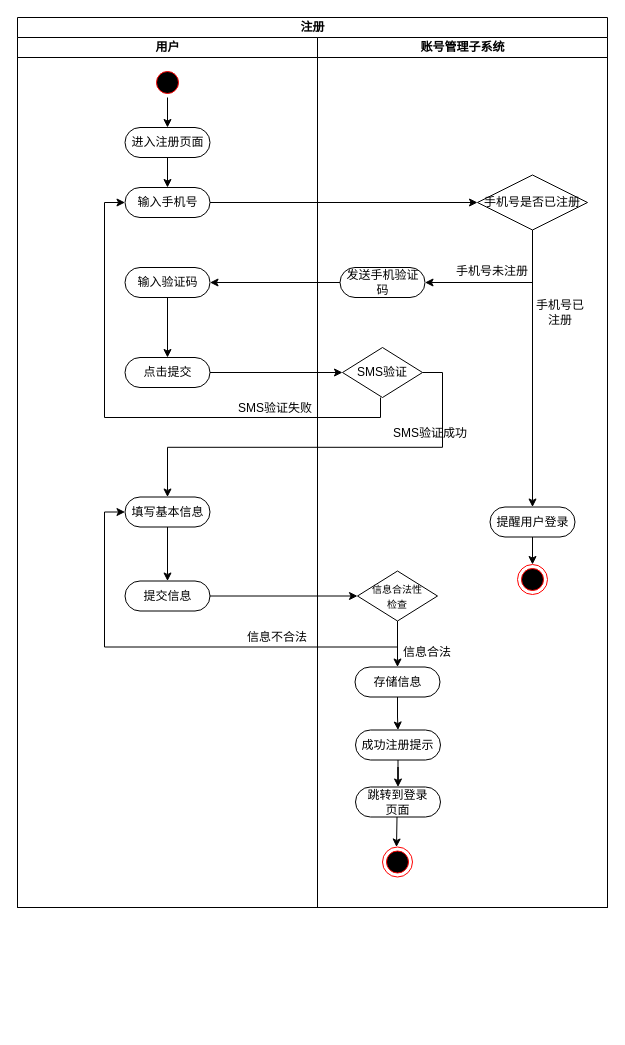
Above: 注册活动图.drawio in PomeloLemon/SoftwareDiagrams (draw.io), before the change. Source tidied: cells renumbered, new cells numbered last; positions are measured from the earlier drawing's top-left corner, leaving out a move shared by most shapes. Both pictures are drawn from the tidied source at 100%, with x=0, y=0 at pixel (17, 17).
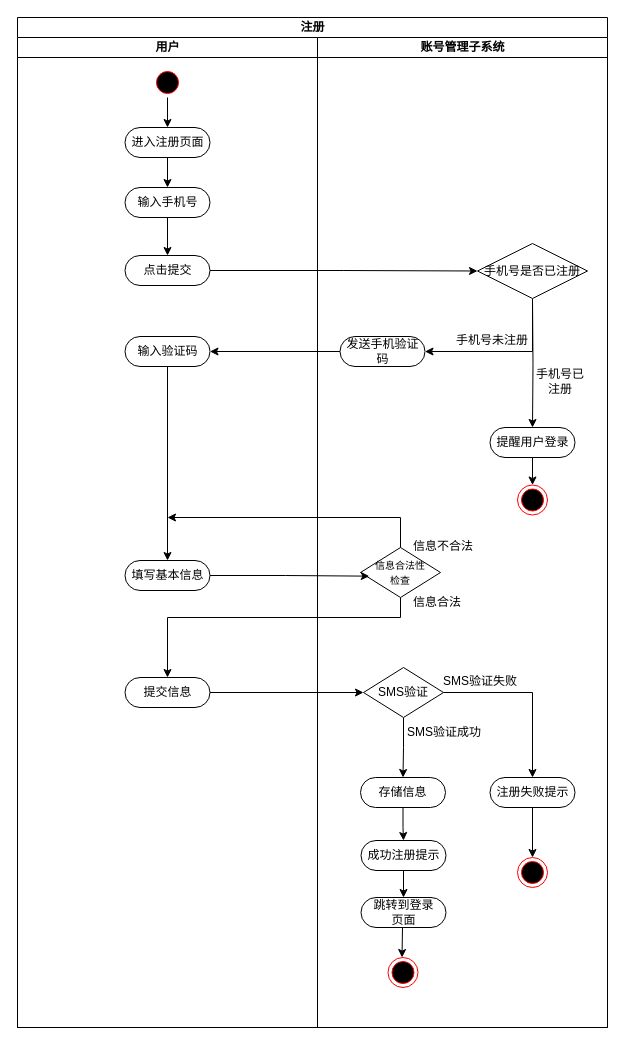
The same page after the edit.

Commit message:
更新注册活动图.drawio

Unchanged cells that the change refers to:
```xml
<mxCell id="8" value="输入手机号" style="rounded=1;whiteSpace=wrap;html=1;shadow=0;comic=0;labelBackgroundColor=none;strokeWidth=1;fontFamily=Verdana;fontSize=12;align=center;arcSize=50;" parent="3" vertex="1">
  <mxGeometry x="107.5" y="150" width="85" height="30" as="geometry" />
</mxCell>
```

What changed in the source:
```diff
@@
     <mxCell id="2" value="注册" style="swimlane;startSize=20;html=1;" parent="1" vertex="1">
-      <mxGeometry width="590" height="890" as="geometry" />
+      <mxGeometry width="590" height="1010" as="geometry" />
     </mxCell>
     <mxCell id="3" value="用户" style="swimlane;startSize=20;html=1;" parent="2" vertex="1">
-      <mxGeometry y="20" width="300" height="870" as="geometry" />
+      <mxGeometry y="20" width="300" height="990" as="geometry" />
     </mxCell>
@@
+    <mxCell id="46" style="edgeStyle=orthogonalEdgeStyle;rounded=0;jettySize=auto;html=1;exitX=0.5;exitY=1;exitDx=0;exitDy=0;" parent="3" edge="1" source="8" target="39">
+      <mxGeometry relative="1" as="geometry" />
+    </mxCell>
@@
-    <mxCell id="9" value="SMS验证失败" style="text;html=1;strokeColor=none;fillColor=none;align=center;verticalAlign=middle;whiteSpace=wrap;rounded=0;" parent="3" vertex="1">
-      <mxGeometry x="218" y="356" width="80" height="30" as="geometry" />
-    </mxCell>
+    <mxCell id="39" value="点击提交" style="rounded=1;whiteSpace=wrap;html=1;shadow=0;comic=0;labelBackgroundColor=none;strokeWidth=1;fontFamily=Verdana;fontSize=12;align=center;arcSize=50;" parent="3" vertex="1">
+      <mxGeometry x="107.5" y="218" width="85" height="30" as="geometry" />
+    </mxCell>
+    <mxCell id="17" value="填写基本信息" style="rounded=1;whiteSpace=wrap;html=1;shadow=0;comic=0;labelBackgroundColor=none;strokeWidth=1;fontFamily=Verdana;fontSize=12;align=center;arcSize=50;" parent="3" vertex="1">
+      <mxGeometry x="107.5" y="523" width="85" height="30" as="geometry" />
+    </mxCell>
+    <mxCell id="18" value="提交信息" style="rounded=1;whiteSpace=wrap;html=1;shadow=0;comic=0;labelBackgroundColor=none;strokeWidth=1;fontFamily=Verdana;fontSize=12;align=center;arcSize=50;" parent="3" vertex="1">
+      <mxGeometry x="107.5" y="640" width="85" height="30" as="geometry" />
+    </mxCell>
     <mxCell id="10" value="账号管理子系统" style="swimlane;startSize=20;html=1;" parent="2" vertex="1">
-      <mxGeometry x="300" y="20" width="290" height="870" as="geometry" />
+      <mxGeometry x="300" y="20" width="290" height="990" as="geometry" />
     </mxCell>
-    <mxCell id="11" style="edgeStyle=orthogonalEdgeStyle;rounded=0;jettySize=auto;html=1;exitX=0.5;exitY=1;exitDx=0;exitDy=0;" parent="10" edge="1" source="13" target="22">
-      <mxGeometry relative="1" as="geometry" />
+    <mxCell id="11" style="edgeStyle=orthogonalEdgeStyle;rounded=0;jettySize=auto;html=1;exitX=0.5;exitY=1;exitDx=0;exitDy=0;" parent="10" edge="1" target="22">
+      <mxGeometry relative="1" as="geometry">
+        <mxPoint x="215" y="261.5" as="sourcePoint" />
+      </mxGeometry>
     </mxCell>
-    <mxCell id="12" style="edgeStyle=orthogonalEdgeStyle;rounded=0;jettySize=auto;html=1;exitX=0.5;exitY=1;exitDx=0;exitDy=0;entryX=1;entryY=0.5;entryDx=0;entryDy=0;" parent="10" edge="1" source="13" target="42">
-      <mxGeometry relative="1" as="geometry" />
+    <mxCell id="12" style="edgeStyle=orthogonalEdgeStyle;rounded=0;jettySize=auto;html=1;exitX=0.5;exitY=1;exitDx=0;exitDy=0;entryX=1;entryY=0.5;entryDx=0;entryDy=0;" parent="10" edge="1" target="42">
+      <mxGeometry relative="1" as="geometry">
+        <mxPoint x="215" y="261.5" as="sourcePoint" />
+        <Array as="points">
+          <mxPoint x="215" y="314" />
+        </Array>
+      </mxGeometry>
     </mxCell>
     <mxCell id="13" value="手机号是否已注册" style="rhombus;whiteSpace=wrap;html=1;" parent="10" vertex="1">
-      <mxGeometry x="160" y="137.5" width="110" height="55" as="geometry" />
+      <mxGeometry x="160" y="206" width="110" height="55" as="geometry" />
     </mxCell>
     <mxCell id="14" value="手机号未注册" style="text;html=1;strokeColor=none;fillColor=none;align=center;verticalAlign=middle;whiteSpace=wrap;rounded=0;" parent="10" vertex="1">
-      <mxGeometry x="130" y="219" width="90" height="30" as="geometry" />
+      <mxGeometry x="130" y="288" width="90" height="30" as="geometry" />
     </mxCell>
-    <mxCell id="15" style="edgeStyle=orthogonalEdgeStyle;rounded=0;jettySize=auto;html=1;exitX=1;exitY=0.5;exitDx=0;exitDy=0;" parent="10" edge="1" source="16" target="17">
-      <mxGeometry relative="1" as="geometry" />
-    </mxCell>
-    <mxCell id="16" value="SMS验证" style="rhombus;whiteSpace=wrap;html=1;" parent="10" vertex="1">
-      <mxGeometry x="25" y="310" width="80" height="50" as="geometry" />
-    </mxCell>
-    <mxCell id="17" value="填写基本信息" style="rounded=1;whiteSpace=wrap;html=1;shadow=0;comic=0;labelBackgroundColor=none;strokeWidth=1;fontFamily=Verdana;fontSize=12;align=center;arcSize=50;" parent="10" vertex="1">
-      <mxGeometry x="-192.5" y="459.5" width="85" height="30" as="geometry" />
-    </mxCell>
-    <mxCell id="18" value="提交信息" style="rounded=1;whiteSpace=wrap;html=1;shadow=0;comic=0;labelBackgroundColor=none;strokeWidth=1;fontFamily=Verdana;fontSize=12;align=center;arcSize=50;" parent="10" vertex="1">
-      <mxGeometry x="-192.5" y="543.5" width="85" height="30" as="geometry" />
-    </mxCell>
-    <mxCell id="19" value="信息不合法" style="text;html=1;strokeColor=none;fillColor=none;align=center;verticalAlign=middle;whiteSpace=wrap;rounded=0;" parent="10" vertex="1">
-      <mxGeometry x="-80" y="584.5" width="80" height="30" as="geometry" />
+    <mxCell id="19" value="信息合法" style="text;html=1;strokeColor=none;fillColor=none;align=center;verticalAlign=middle;whiteSpace=wrap;rounded=0;" parent="10" vertex="1">
+      <mxGeometry x="80" y="550" width="80" height="30" as="geometry" />
     </mxCell>
@@
-    <mxCell id="21" style="edgeStyle=orthogonalEdgeStyle;rounded=0;jettySize=auto;html=1;entryX=0.5;entryY=0;entryDx=0;entryDy=0;" parent="10" edge="1" source="17" target="18">
-      <mxGeometry relative="1" as="geometry" />
-    </mxCell>
     <mxCell id="22" value="提醒用户登录" style="rounded=1;whiteSpace=wrap;html=1;shadow=0;comic=0;labelBackgroundColor=none;strokeWidth=1;fontFamily=Verdana;fontSize=12;align=center;arcSize=50;" parent="10" vertex="1">
-      <mxGeometry x="172.5" y="469.5" width="85" height="30" as="geometry" />
+      <mxGeometry x="172.5" y="390" width="85" height="30" as="geometry" />
     </mxCell>
     <mxCell id="23" value="手机号已注册" style="text;html=1;strokeColor=none;fillColor=none;align=center;verticalAlign=middle;whiteSpace=wrap;rounded=0;" parent="10" vertex="1">
-      <mxGeometry x="213" y="260" width="60" height="30" as="geometry" />
+      <mxGeometry x="213" y="329" width="60" height="30" as="geometry" />
     </mxCell>
     <mxCell id="24" style="ellipse;html=1;shape=endState;fillColor=#000000;strokeColor=#ff0000;" parent="10" vertex="1">
-      <mxGeometry x="200" y="527" width="30" height="30" as="geometry" />
+      <mxGeometry x="200" y="447.5" width="30" height="30" as="geometry" />
     </mxCell>
-    <mxCell id="25" style="edgeStyle=orthogonalEdgeStyle;rounded=0;jettySize=auto;html=1;entryX=0.5;entryY=0;entryDx=0;entryDy=0;" parent="10" edge="1" source="26" target="28">
-      <mxGeometry relative="1" as="geometry" />
-    </mxCell>
     <mxCell id="26" value="&lt;font style=&quot;font-size: 10px;&quot;&gt;信息合法性&lt;br&gt;检查&lt;/font&gt;" style="rhombus;whiteSpace=wrap;html=1;" parent="10" vertex="1">
-      <mxGeometry x="40" y="533.5" width="80" height="50" as="geometry" />
+      <mxGeometry x="43" y="510" width="80" height="50" as="geometry" />
     </mxCell>
@@
     <mxCell id="28" value="存储信息" style="rounded=1;whiteSpace=wrap;html=1;shadow=0;comic=0;labelBackgroundColor=none;strokeWidth=1;fontFamily=Verdana;fontSize=12;align=center;arcSize=50;" parent="10" vertex="1">
-      <mxGeometry x="37.5" y="629.5" width="85" height="30" as="geometry" />
+      <mxGeometry x="43" y="740" width="85" height="30" as="geometry" />
     </mxCell>
-    <mxCell id="29" value="信息合法" style="text;html=1;strokeColor=none;fillColor=none;align=center;verticalAlign=middle;whiteSpace=wrap;rounded=0;" parent="10" vertex="1">
-      <mxGeometry x="80" y="599.5" width="60" height="30" as="geometry" />
-    </mxCell>
@@
     <mxCell id="31" value="成功注册提示" style="rounded=1;whiteSpace=wrap;html=1;shadow=0;comic=0;labelBackgroundColor=none;strokeWidth=1;fontFamily=Verdana;fontSize=12;align=center;arcSize=50;" parent="10" vertex="1">
-      <mxGeometry x="38" y="692.5" width="85" height="30" as="geometry" />
+      <mxGeometry x="43.5" y="803" width="85" height="30" as="geometry" />
     </mxCell>
     <mxCell id="32" style="edgeStyle=orthogonalEdgeStyle;rounded=0;orthogonalLoop=1;jettySize=auto;html=1;" parent="10" edge="1">
       <mxGeometry relative="1" as="geometry">
-        <mxPoint x="79.5" y="779.5" as="sourcePoint" />
-        <mxPoint x="79" y="809.5" as="targetPoint" />
+        <mxPoint x="85" y="890" as="sourcePoint" />
+        <mxPoint x="84.5" y="920" as="targetPoint" />
       </mxGeometry>
     </mxCell>
     <mxCell id="33" value="跳转到登录&lt;br&gt;页面" style="rounded=1;whiteSpace=wrap;html=1;shadow=0;comic=0;labelBackgroundColor=none;strokeWidth=1;fontFamily=Verdana;fontSize=12;align=center;arcSize=50;" parent="10" vertex="1">
-      <mxGeometry x="38" y="749.5" width="85" height="30" as="geometry" />
+      <mxGeometry x="43.5" y="860" width="85" height="30" as="geometry" />
     </mxCell>
     <mxCell id="34" style="ellipse;html=1;shape=endState;fillColor=#000000;strokeColor=#ff0000;" parent="10" vertex="1">
-      <mxGeometry x="65" y="809.5" width="30" height="30" as="geometry" />
+      <mxGeometry x="70.5" y="920" width="30" height="30" as="geometry" />
     </mxCell>
-    <mxCell id="35" style="edgeStyle=orthogonalEdgeStyle;rounded=0;jettySize=auto;html=1;entryX=0;entryY=0.5;entryDx=0;entryDy=0;" parent="10" edge="1" source="18" target="26">
-      <mxGeometry relative="1" as="geometry" />
-    </mxCell>
-    <mxCell id="36" style="edgeStyle=orthogonalEdgeStyle;rounded=0;jettySize=auto;html=1;entryX=0;entryY=0.5;entryDx=0;entryDy=0;" parent="10" edge="1" source="26" target="17">
-      <mxGeometry relative="1" as="geometry">
-        <Array as="points">
-          <mxPoint x="80" y="609.5" />
-          <mxPoint x="-213" y="609.5" />
-          <mxPoint x="-213" y="474.5" />
-        </Array>
-      </mxGeometry>
-    </mxCell>
     <mxCell id="37" value="输入验证码" style="rounded=1;whiteSpace=wrap;html=1;shadow=0;comic=0;labelBackgroundColor=none;strokeWidth=1;fontFamily=Verdana;fontSize=12;align=center;arcSize=50;" parent="10" vertex="1">
-      <mxGeometry x="-192.5" y="230" width="85" height="30" as="geometry" />
+      <mxGeometry x="-192.5" y="299" width="85" height="30" as="geometry" />
     </mxCell>
-    <mxCell id="38" style="edgeStyle=orthogonalEdgeStyle;rounded=0;jettySize=auto;html=1;exitX=1;exitY=0.5;exitDx=0;exitDy=0;entryX=0;entryY=0.5;entryDx=0;entryDy=0;" parent="10" edge="1" source="39" target="16">
-      <mxGeometry relative="1" as="geometry" />
-    </mxCell>
-    <mxCell id="39" value="点击提交" style="rounded=1;whiteSpace=wrap;html=1;shadow=0;comic=0;labelBackgroundColor=none;strokeWidth=1;fontFamily=Verdana;fontSize=12;align=center;arcSize=50;" parent="10" vertex="1">
-      <mxGeometry x="-192.5" y="320" width="85" height="30" as="geometry" />
-    </mxCell>
-    <mxCell id="40" style="edgeStyle=orthogonalEdgeStyle;rounded=0;jettySize=auto;html=1;entryX=0.5;entryY=0;entryDx=0;entryDy=0;" parent="10" edge="1" source="37" target="39">
-      <mxGeometry relative="1" as="geometry" />
-    </mxCell>
@@
     <mxCell id="42" value="发送手机验证码" style="rounded=1;whiteSpace=wrap;html=1;shadow=0;comic=0;labelBackgroundColor=none;strokeWidth=1;fontFamily=Verdana;fontSize=12;align=center;arcSize=50;" parent="10" vertex="1">
-      <mxGeometry x="22.5" y="230" width="85" height="30" as="geometry" />
+      <mxGeometry x="22.5" y="299" width="85" height="30" as="geometry" />
     </mxCell>
+    <mxCell id="47" style="edgeStyle=orthogonalEdgeStyle;rounded=0;jettySize=auto;html=1;" parent="10" edge="1" source="16" target="28">
+      <mxGeometry relative="1" as="geometry" />
+    </mxCell>
+    <mxCell id="48" style="edgeStyle=orthogonalEdgeStyle;rounded=0;jettySize=auto;html=1;entryX=0.5;entryY=0;entryDx=0;entryDy=0;" parent="10" edge="1" source="16" target="51">
+      <mxGeometry relative="1" as="geometry" />
+    </mxCell>
+    <mxCell id="16" value="SMS验证" style="rhombus;whiteSpace=wrap;html=1;" parent="10" vertex="1">
+      <mxGeometry x="46" y="630" width="80" height="50" as="geometry" />
+    </mxCell>
     <mxCell id="43" value="SMS验证成功" style="text;html=1;strokeColor=none;fillColor=none;align=center;verticalAlign=middle;whiteSpace=wrap;rounded=0;" parent="10" vertex="1">
-      <mxGeometry x="73" y="381" width="80" height="30" as="geometry" />
+      <mxGeometry x="87" y="680" width="80" height="30" as="geometry" />
     </mxCell>
-    <mxCell id="44" style="edgeStyle=orthogonalEdgeStyle;rounded=0;jettySize=auto;html=1;entryX=0;entryY=0.5;entryDx=0;entryDy=0;" parent="2" edge="1" source="8" target="13">
-      <mxGeometry relative="1" as="geometry" />
-    </mxCell>
-    <mxCell id="45" style="edgeStyle=orthogonalEdgeStyle;rounded=0;jettySize=auto;html=1;exitX=0;exitY=0;exitDx=0;exitDy=0;entryX=0;entryY=0.5;entryDx=0;entryDy=0;" parent="2" edge="1" target="8">
-      <mxGeometry relative="1" as="geometry">
-        <mxPoint x="363" y="380" as="sourcePoint" />
-        <Array as="points">
-          <mxPoint x="363" y="400" />
-          <mxPoint x="87" y="400" />
-          <mxPoint x="87" y="185" />
-        </Array>
-      </mxGeometry>
-    </mxCell>
+    <mxCell id="49" style="ellipse;html=1;shape=endState;fillColor=#000000;strokeColor=#ff0000;" parent="10" vertex="1">
+      <mxGeometry x="200" y="820" width="30" height="30" as="geometry" />
+    </mxCell>
+    <mxCell id="50" style="edgeStyle=orthogonalEdgeStyle;rounded=0;jettySize=auto;html=1;entryX=0.5;entryY=0;entryDx=0;entryDy=0;" parent="10" edge="1" source="51" target="49">
+      <mxGeometry relative="1" as="geometry" />
+    </mxCell>
+    <mxCell id="51" value="注册失败提示" style="rounded=1;whiteSpace=wrap;html=1;shadow=0;comic=0;labelBackgroundColor=none;strokeWidth=1;fontFamily=Verdana;fontSize=12;align=center;arcSize=50;" parent="10" vertex="1">
+      <mxGeometry x="172.5" y="740" width="85" height="30" as="geometry" />
+    </mxCell>
+    <mxCell id="9" value="SMS验证失败" style="text;html=1;strokeColor=none;fillColor=none;align=center;verticalAlign=middle;whiteSpace=wrap;rounded=0;" parent="10" vertex="1">
+      <mxGeometry x="123" y="629" width="80" height="30" as="geometry" />
+    </mxCell>
+    <mxCell id="52" style="edgeStyle=orthogonalEdgeStyle;rounded=0;jettySize=auto;html=1;entryX=0;entryY=0.5;entryDx=0;entryDy=0;" parent="2" edge="1" source="39" target="13">
+      <mxGeometry relative="1" as="geometry" />
+    </mxCell>
+    <mxCell id="53" style="edgeStyle=orthogonalEdgeStyle;rounded=0;jettySize=auto;html=1;entryX=0.5;entryY=0;entryDx=0;entryDy=0;" parent="2" edge="1" source="37" target="17">
+      <mxGeometry relative="1" as="geometry" />
+    </mxCell>
+    <mxCell id="54" style="edgeStyle=orthogonalEdgeStyle;rounded=0;jettySize=auto;html=1;entryX=0.11;entryY=0.573;entryDx=0;entryDy=0;entryPerimeter=0;" parent="2" edge="1" source="17" target="26">
+      <mxGeometry relative="1" as="geometry" />
+    </mxCell>
+    <mxCell id="55" style="edgeStyle=orthogonalEdgeStyle;rounded=0;jettySize=auto;html=1;" parent="2" edge="1" source="26">
+      <mxGeometry relative="1" as="geometry">
+        <mxPoint x="150" y="500" as="targetPoint" />
+        <Array as="points">
+          <mxPoint x="383" y="500" />
+          <mxPoint x="150" y="500" />
+        </Array>
+      </mxGeometry>
+    </mxCell>
+    <mxCell id="56" style="edgeStyle=orthogonalEdgeStyle;rounded=0;jettySize=auto;html=1;entryX=0.5;entryY=0;entryDx=0;entryDy=0;" parent="2" edge="1" source="26" target="18">
+      <mxGeometry relative="1" as="geometry">
+        <Array as="points">
+          <mxPoint x="383" y="600" />
+          <mxPoint x="150" y="600" />
+        </Array>
+      </mxGeometry>
+    </mxCell>
+    <mxCell id="57" style="edgeStyle=orthogonalEdgeStyle;rounded=0;jettySize=auto;html=1;entryX=0;entryY=0.5;entryDx=0;entryDy=0;" parent="2" edge="1" source="18" target="16">
+      <mxGeometry relative="1" as="geometry" />
+    </mxCell>
+    <mxCell id="58" value="信息不合法" style="text;html=1;strokeColor=none;fillColor=none;align=center;verticalAlign=middle;whiteSpace=wrap;rounded=0;" parent="1" vertex="1">
+      <mxGeometry x="386" y="514" width="80" height="30" as="geometry" />
+    </mxCell>
```
